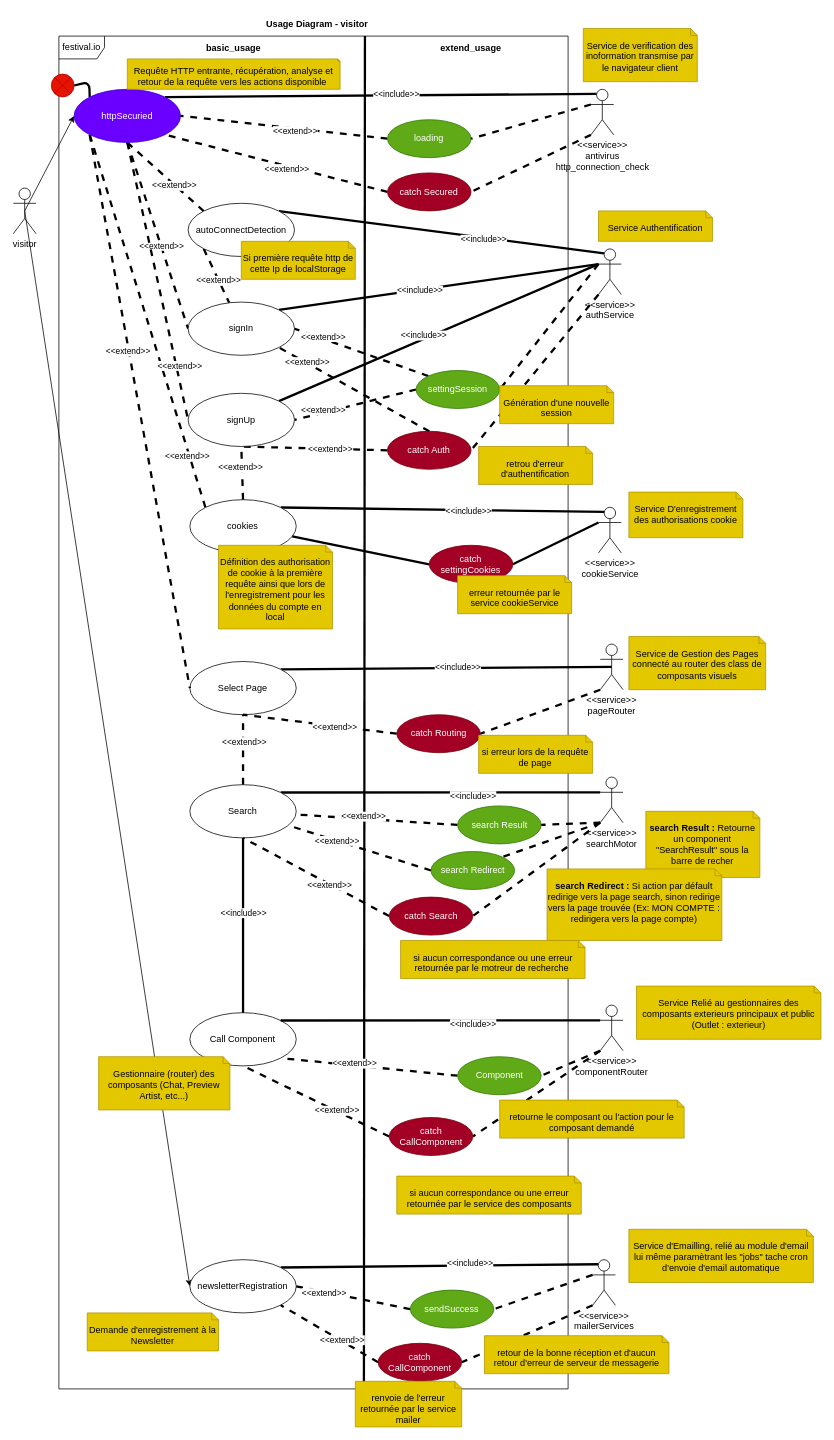
Earlier version of the draw.io diagram 6.2-festival/2-usage_diagram/assets/usage_diagram_visitor.drawio (antoinefusilier/school-uml). Source tidied: cells renumbered, new cells numbered last; positions are measured from the earlier drawing's top-left corner, leaving out a move shared by most shapes. Both pictures are drawn from the tidied source at 76%, with x=0, y=0 at pixel (13, 13).
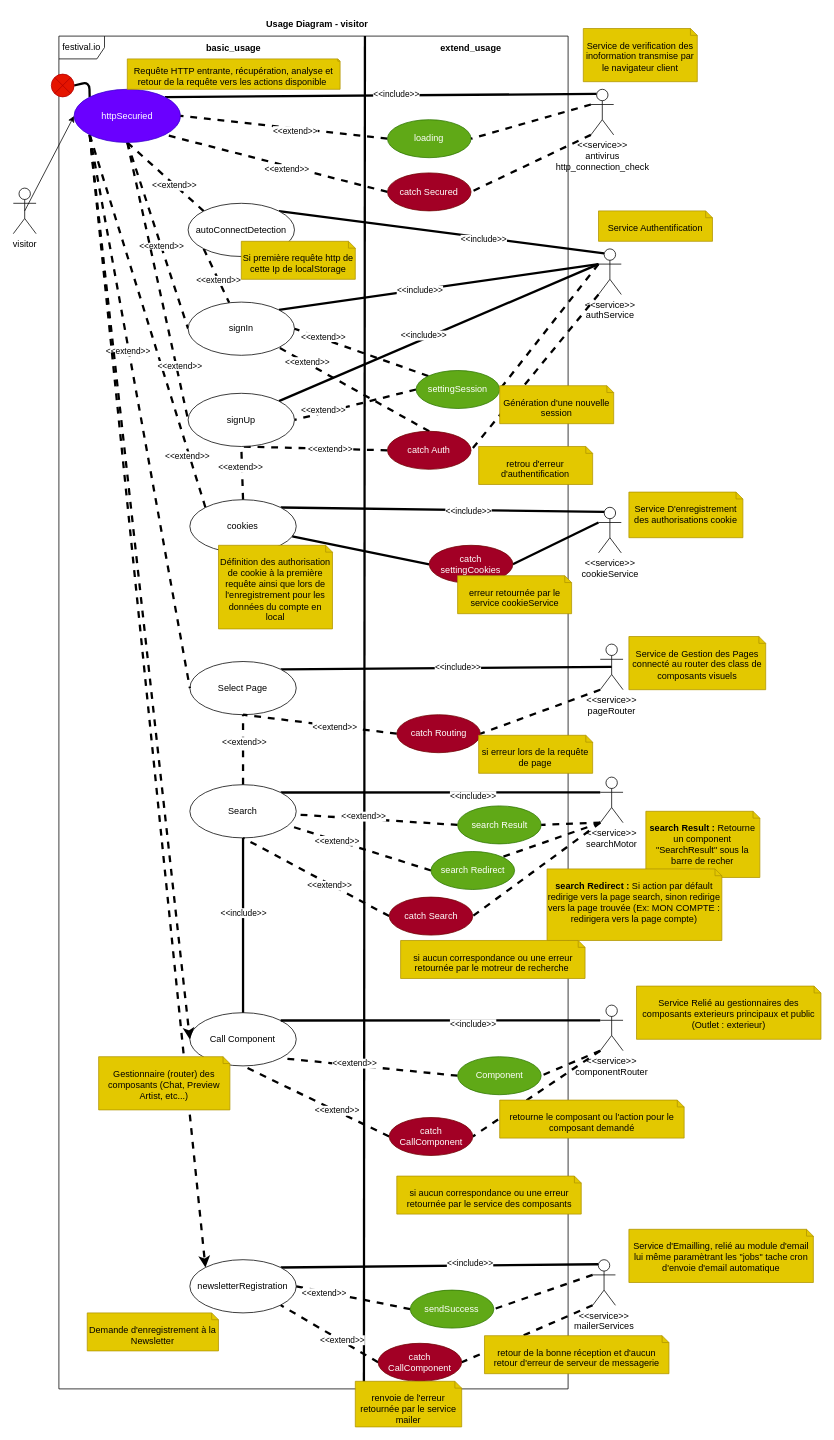
After the change.

Unchanged cells that the change refers to:
```xml
<mxCell id="3" value="visitor" style="shape=umlActor;verticalLabelPosition=bottom;verticalAlign=top;html=1;" parent="1" vertex="1">
  <mxGeometry y="230" width="30" height="60" as="geometry" />
</mxCell>
<mxCell id="17" value="newsletterRegistration" style="ellipse;whiteSpace=wrap;html=1;" parent="1" vertex="1">
  <mxGeometry x="232.3" y="1640" width="140" height="70" as="geometry" />
</mxCell>
<mxCell id="25" value="Call Component" style="ellipse;whiteSpace=wrap;html=1;" parent="1" vertex="1">
  <mxGeometry x="232.3" y="1315" width="140" height="70" as="geometry" />
</mxCell>
<mxCell id="74" value="httpSecuried" style="ellipse;whiteSpace=wrap;html=1;fillColor=#6a00ff;fontColor=#ffffff;strokeColor=#3700CC;" parent="1" vertex="1">
  <mxGeometry x="80" y="100" width="140" height="70" as="geometry" />
</mxCell>
```

The edit, as a diff of the source:
```diff
@@
-    <mxCell id="2" style="edgeStyle=none;html=1;exitX=0.5;exitY=0.5;exitDx=0;exitDy=0;exitPerimeter=0;entryX=0;entryY=0.5;entryDx=0;entryDy=0;" parent="1" edge="1" source="3" target="17">
-      <mxGeometry relative="1" as="geometry" />
-    </mxCell>
@@
+    <mxCell id="141" style="edgeStyle=none;html=1;exitX=0;exitY=1;exitDx=0;exitDy=0;entryX=0;entryY=0.5;entryDx=0;entryDy=0;dashed=1;strokeWidth=3;" parent="1" edge="1" source="74" target="25">
+      <mxGeometry relative="1" as="geometry" />
+    </mxCell>
+    <mxCell id="142" style="edgeStyle=none;html=1;exitX=0;exitY=1;exitDx=0;exitDy=0;entryX=0;entryY=0;entryDx=0;entryDy=0;dashed=1;strokeWidth=3;" parent="1" edge="1" source="74" target="17">
+      <mxGeometry relative="1" as="geometry" />
+    </mxCell>
```
